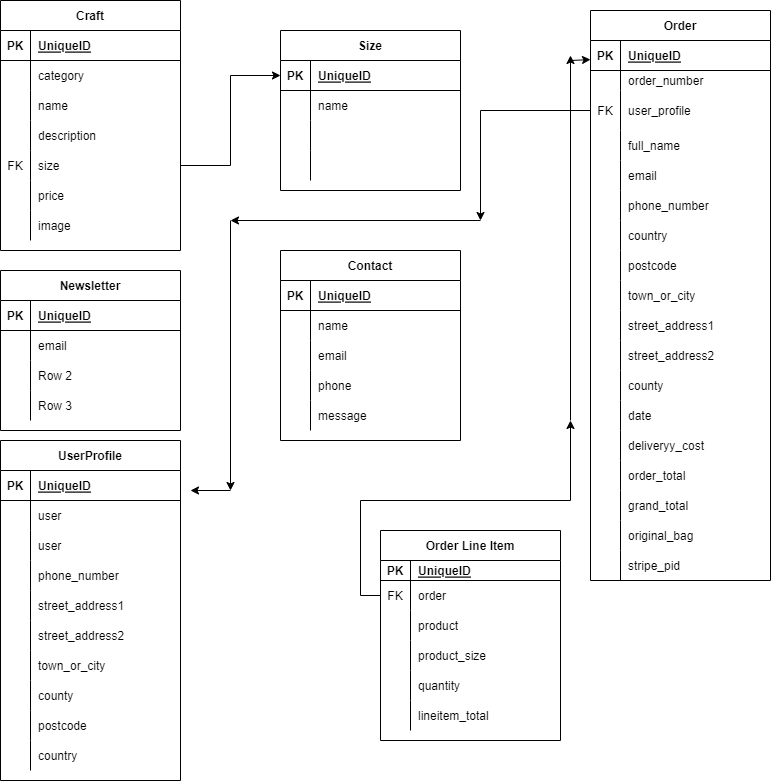
Above: testing/schema.png in pattytonyoneill/caitlins_crafts (draw.io), before the change. Source tidied: cells renumbered, new cells last; positions are measured from the earlier drawing's top-left corner, leaving out a move shared by most shapes.
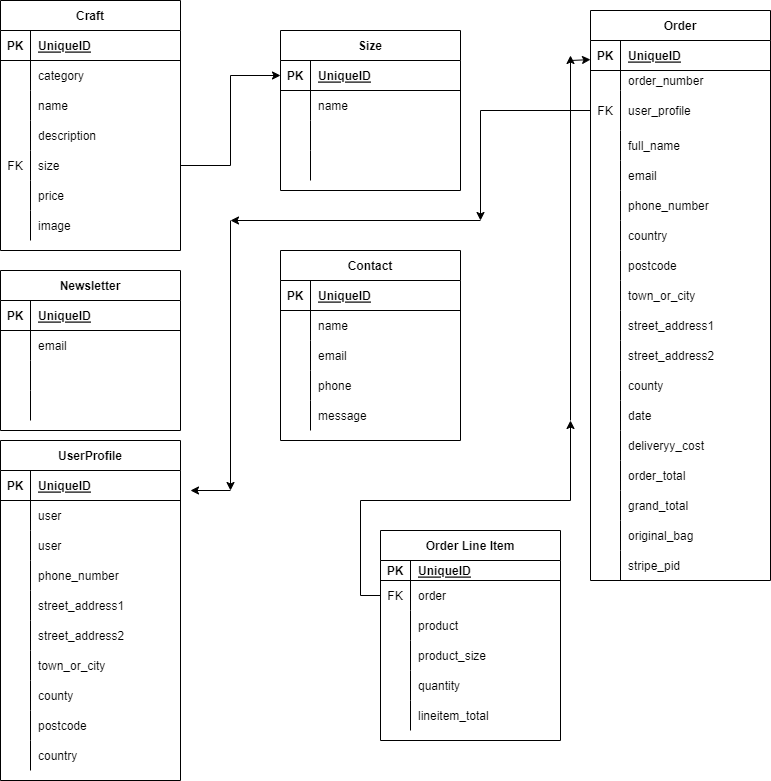
After the change.

What changed in the source:
```diff
@@ -299,7 +299,7 @@
     <mxCell id="100" style="shape=partialRectangle;fillColor=none;top=0;left=0;bottom=0;right=0;overflow=hidden;" parent="99" vertex="1">
       <mxGeometry width="30" height="30" as="geometry" />
     </mxCell>
-    <mxCell id="101" value="Row 2" style="shape=partialRectangle;fillColor=none;top=0;left=0;bottom=0;right=0;align=left;spacingLeft=6;overflow=hidden;" parent="99" vertex="1">
+    <mxCell id="101" style="shape=partialRectangle;fillColor=none;top=0;left=0;bottom=0;right=0;align=left;spacingLeft=6;overflow=hidden;" parent="99" vertex="1">
       <mxGeometry x="30" width="150" height="30" as="geometry" />
     </mxCell>
     <mxCell id="102" style="shape=tableRow;horizontal=0;startSize=0;swimlaneHead=0;swimlaneBody=0;fillColor=none;top=0;left=0;right=0;bottom=0;" parent="92" vertex="1">
@@ -308,7 +308,7 @@
     <mxCell id="103" style="shape=partialRectangle;fillColor=none;top=0;left=0;bottom=0;right=0;overflow=hidden;" parent="102" vertex="1">
       <mxGeometry width="30" height="30" as="geometry" />
     </mxCell>
-    <mxCell id="104" value="Row 3" style="shape=partialRectangle;fillColor=none;top=0;left=0;bottom=0;right=0;align=left;spacingLeft=6;overflow=hidden;" parent="102" vertex="1">
+    <mxCell id="104" style="shape=partialRectangle;fillColor=none;top=0;left=0;bottom=0;right=0;align=left;spacingLeft=6;overflow=hidden;" parent="102" vertex="1">
       <mxGeometry x="30" width="150" height="30" as="geometry" />
     </mxCell>
     <mxCell id="105" value="Order Line Item" style="shape=table;startSize=30;rowLines=0;fontStyle=1;align=center;" parent="1" vertex="1">
```
